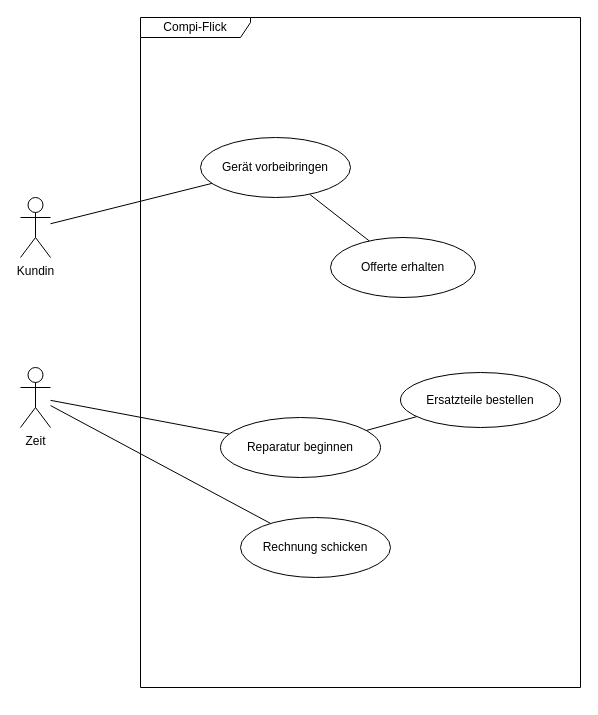
This is compi-flick-use-case.drawio from DamienFlury/m245, a draw.io file, before an edit. Source tidied: cells renumbered, new cells numbered last; positions are measured from the earlier drawing's top-left corner, leaving out a move shared by most shapes. Both pictures are drawn from the tidied source at 100%, with x=0, y=0 at pixel (20, 17).
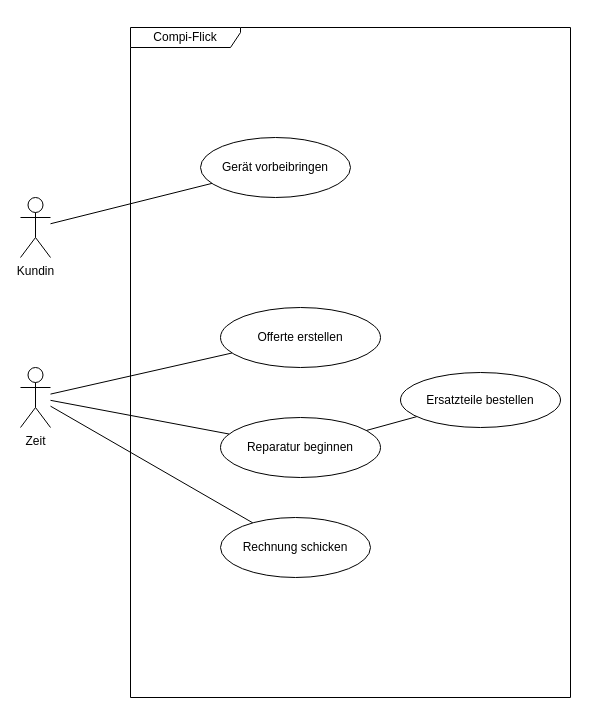
The same page after the edit.

Diff of the diagram source:
```diff
@@
 <mxGraphModel>
   <root>
     <mxCell id="0" />
     <mxCell id="1" parent="0" />
     <mxCell id="2" value="Compi-Flick" style="shape=umlFrame;whiteSpace=wrap;html=1;width=110;height=20;" parent="1" vertex="1">
-      <mxGeometry x="120" width="440" height="670" as="geometry" />
+      <mxGeometry x="110" y="10" width="440" height="670" as="geometry" />
     </mxCell>
-    <mxCell id="3" style="rounded=0;jettySize=auto;html=1;endArrow=none;endFill=0;" parent="1" edge="1" source="4" target="5">
-      <mxGeometry relative="1" as="geometry" />
-    </mxCell>
     <mxCell id="4" value="Gerät vorbeibringen" style="ellipse;whiteSpace=wrap;html=1;" parent="1" vertex="1">
       <mxGeometry x="180" y="120" width="150" height="60" as="geometry" />
     </mxCell>
-    <mxCell id="5" value="Offerte erhalten" style="ellipse;whiteSpace=wrap;html=1;" parent="1" vertex="1">
-      <mxGeometry x="310" y="220" width="145" height="60" as="geometry" />
-    </mxCell>
     <mxCell id="6" style="edgeStyle=none;rounded=0;jettySize=auto;html=1;endArrow=none;endFill=0;" parent="1" edge="1" source="7" target="4">
       <mxGeometry relative="1" as="geometry" />
     </mxCell>
     <mxCell id="7" value="Kundin" style="shape=umlActor;verticalLabelPosition=bottom;verticalAlign=top;html=1;outlineConnect=0;" parent="1" vertex="1">
       <mxGeometry y="180" width="30" height="60" as="geometry" />
     </mxCell>
     <mxCell id="8" style="edgeStyle=none;rounded=0;jettySize=auto;html=1;endArrow=none;endFill=0;" parent="1" edge="1" source="10" target="12">
       <mxGeometry relative="1" as="geometry" />
     </mxCell>
     <mxCell id="9" style="edgeStyle=none;rounded=0;jettySize=auto;html=1;endArrow=none;endFill=0;" parent="1" edge="1" source="10" target="14">
       <mxGeometry relative="1" as="geometry" />
     </mxCell>
     <mxCell id="10" value="Zeit" style="shape=umlActor;verticalLabelPosition=bottom;verticalAlign=top;html=1;outlineConnect=0;" parent="1" vertex="1">
       <mxGeometry y="350" width="30" height="60" as="geometry" />
     </mxCell>
     <mxCell id="11" style="edgeStyle=none;rounded=0;jettySize=auto;html=1;endArrow=none;endFill=0;" parent="1" edge="1" source="12" target="13">
       <mxGeometry relative="1" as="geometry" />
     </mxCell>
     <mxCell id="12" value="Reparatur beginnen" style="ellipse;whiteSpace=wrap;html=1;" parent="1" vertex="1">
       <mxGeometry x="200" y="400" width="160" height="60" as="geometry" />
     </mxCell>
     <mxCell id="13" value="Ersatzteile bestellen" style="ellipse;whiteSpace=wrap;html=1;" parent="1" vertex="1">
       <mxGeometry x="380" y="355" width="160" height="55" as="geometry" />
     </mxCell>
     <mxCell id="14" value="Rechnung schicken" style="ellipse;whiteSpace=wrap;html=1;" parent="1" vertex="1">
-      <mxGeometry x="220" y="500" width="150" height="60" as="geometry" />
+      <mxGeometry x="200" y="500" width="150" height="60" as="geometry" />
     </mxCell>
+    <mxCell id="15" value="Offerte erstellen" style="ellipse;whiteSpace=wrap;html=1;" parent="1" vertex="1">
+      <mxGeometry x="200" y="290" width="160" height="60" as="geometry" />
+    </mxCell>
+    <mxCell id="16" style="edgeStyle=none;rounded=0;jettySize=auto;html=1;endArrow=none;endFill=0;" parent="1" edge="1" source="10" target="15">
+      <mxGeometry relative="1" as="geometry" />
+    </mxCell>
   </root>
 </mxGraphModel>
```
